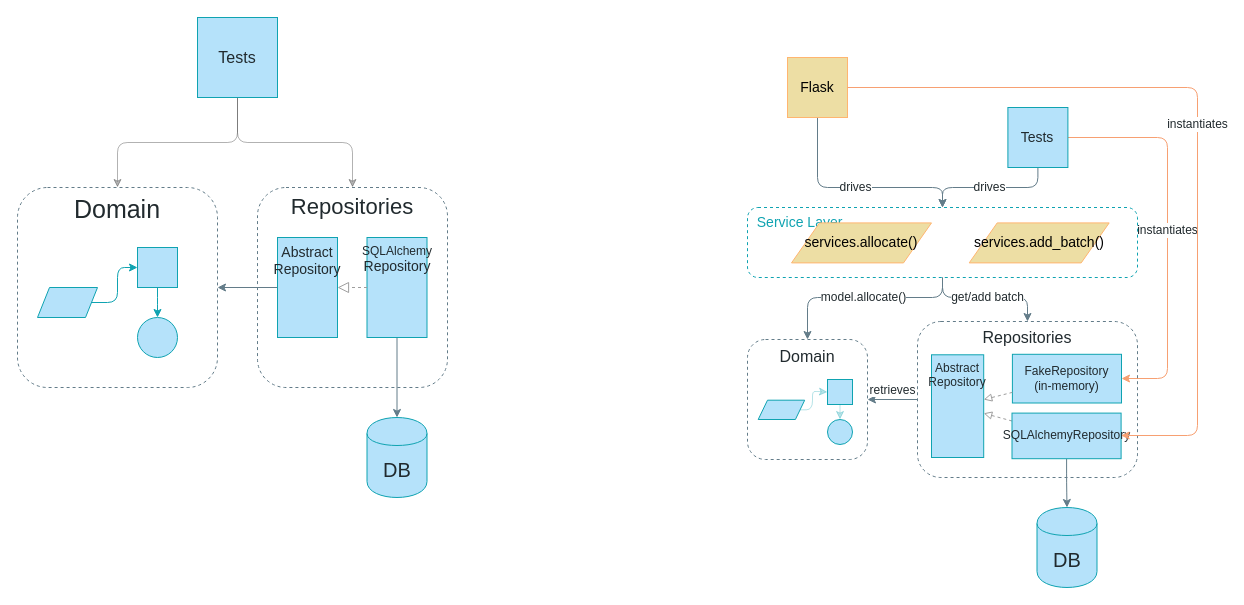
Above: page "Chapter 4" (3 of 11) of maps.drawio in cosmicpython/book (draw.io), before the change. Source tidied: cells renumbered, new cells numbered last; positions are measured from the earlier drawing's top-left corner, leaving out a move shared by most shapes. Both pictures are drawn from the tidied source at 100%, with x=0, y=0 at pixel (17, 17).
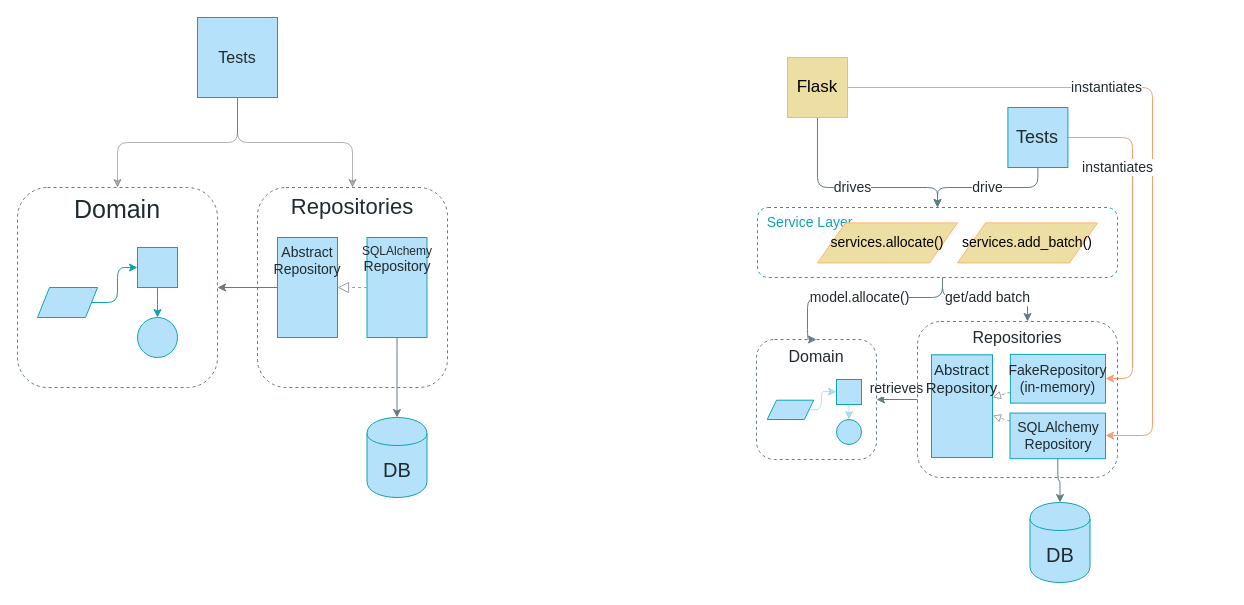
Above is the later version.

Commit message:
tweak fonts on 4.1

Unchanged cells that the change refers to:
```xml
<mxCell id="41" value="&lt;font style=&quot;font-size: 16px&quot;&gt;Domain&lt;br&gt;&lt;/font&gt;" style="rounded=1;whiteSpace=wrap;html=1;fontFamily=Guardian Sans Cond Light;verticalAlign=top;fontSize=18;fontColor=#212A2E;fillColor=none;strokeColor=#637C89;dashed=1;" parent="40" vertex="1">
  <mxGeometry width="120" height="120" as="geometry" />
</mxCell>
```

Change to the diagram source:
```diff
@@
+    <mxCell id="19" value="instantiates" style="edgeStyle=orthogonalEdgeStyle;jettySize=auto;html=1;strokeColor=#F7A072;fillColor=#f5f5f5;fontFamily=Guardian Sans Cond Light;fontSize=14;fontColor=#212A2E;exitX=1;exitY=0.5;exitDx=0;exitDy=0;" parent="1" edge="1" source="8" target="17">
+      <mxGeometry x="-0.26" relative="1" as="geometry">
+        <Array as="points">
+          <mxPoint x="1135" y="70" />
+          <mxPoint x="1135" y="418" />
+        </Array>
+      </mxGeometry>
+    </mxCell>
@@
     <mxCell id="5" value="DB" style="shape=cylinder;whiteSpace=wrap;html=1;boundedLbl=1;backgroundOutline=1;strokeColor=#0FA3B1;fillColor=#B5E2FA;fontSize=20;fontColor=#212A2E;gradientColor=none;fontFamily=Guardian Sans Cond Light;" parent="1" vertex="1">
-      <mxGeometry x="1019.5" y="490" width="60" height="80" as="geometry" />
+      <mxGeometry x="1012.5" y="485" width="60" height="80" as="geometry" />
     </mxCell>
@@
-    <mxCell id="7" value="drives" style="edgeStyle=orthogonalEdgeStyle;jettySize=auto;html=1;strokeColor=#637C89;fillColor=#B5E2FA;fontFamily=Guardian Sans Cond Light;fontSize=12;fontColor=#212A2E;" parent="1" edge="1" source="8" target="22">
+    <mxCell id="7" value="drives" style="edgeStyle=orthogonalEdgeStyle;jettySize=auto;html=1;strokeColor=#637C89;fillColor=#B5E2FA;fontFamily=Guardian Sans Cond Light;fontSize=14;fontColor=#212A2E;" parent="1" edge="1" source="8" target="22">
       <mxGeometry relative="1" as="geometry">
         <Array as="points">
           <mxPoint x="800" y="170" />
-          <mxPoint x="925" y="170" />
+          <mxPoint x="920" y="170" />
         </Array>
       </mxGeometry>
     </mxCell>
-    <mxCell id="8" value="Flask" style="whiteSpace=wrap;html=1;strokeColor=#FFB570;fillColor=#EDDEA4;gradientColor=none;fontFamily=Guardian Sans Cond Light;fontSize=14;fontColor=#000000;" parent="1" vertex="1">
+    <mxCell id="8" value="Flask" style="whiteSpace=wrap;html=1;strokeColor=#FFB570;fillColor=#EDDEA4;gradientColor=none;fontFamily=Guardian Sans Cond Light;fontSize=17;fontColor=#000000;" parent="1" vertex="1">
       <mxGeometry x="770" y="40" width="60" height="60" as="geometry" />
     </mxCell>
-    <mxCell id="9" value="drives" style="edgeStyle=orthogonalEdgeStyle;jettySize=auto;html=1;strokeColor=#637C89;fillColor=#B5E2FA;fontFamily=Guardian Sans Cond Light;fontSize=12;fontColor=#212A2E;exitX=0.5;exitY=1;exitDx=0;exitDy=0;" parent="1" edge="1" source="11" target="22">
-      <mxGeometry relative="1" as="geometry" />
+    <mxCell id="9" value="drive" style="edgeStyle=orthogonalEdgeStyle;jettySize=auto;html=1;strokeColor=#637C89;fillColor=#B5E2FA;fontFamily=Guardian Sans Cond Light;fontSize=14;fontColor=#212A2E;exitX=0.5;exitY=1;exitDx=0;exitDy=0;entryX=0.5;entryY=0;entryDx=0;entryDy=0;" parent="1" edge="1" source="11" target="22">
+      <mxGeometry relative="1" as="geometry">
+        <Array as="points">
+          <mxPoint x="1020" y="170" />
+          <mxPoint x="920" y="170" />
+        </Array>
+      </mxGeometry>
     </mxCell>
-    <mxCell id="10" value="instantiates" style="edgeStyle=orthogonalEdgeStyle;jettySize=auto;html=1;strokeColor=#F7A072;fillColor=#f5f5f5;fontFamily=Guardian Sans Cond Light;fontSize=12;fontColor=#212A2E;exitX=1;exitY=0.5;exitDx=0;exitDy=0;" parent="1" edge="1" source="11" target="15">
-      <mxGeometry relative="1" as="geometry">
+    <mxCell id="10" value="instantiates" style="edgeStyle=orthogonalEdgeStyle;jettySize=auto;html=1;strokeColor=#F7A072;fillColor=#f5f5f5;fontFamily=Guardian Sans Cond Light;fontSize=14;fontColor=#212A2E;exitX=1;exitY=0.5;exitDx=0;exitDy=0;" parent="1" edge="1" source="11" target="15">
+      <mxGeometry x="-0.7" y="-30" relative="1" as="geometry">
         <Array as="points">
-          <mxPoint x="1150" y="120" />
-          <mxPoint x="1150" y="361" />
+          <mxPoint x="1115" y="120" />
+          <mxPoint x="1115" y="361" />
         </Array>
       </mxGeometry>
     </mxCell>
-    <mxCell id="11" value="Tests" style="whiteSpace=wrap;html=1;strokeColor=#0FA3B1;fillColor=#B5E2FA;gradientColor=none;fontFamily=Guardian Sans Cond Light;fontSize=14;fontColor=#212A2E;" parent="1" vertex="1">
+    <mxCell id="11" value="Tests" style="whiteSpace=wrap;html=1;strokeColor=#0FA3B1;fillColor=#B5E2FA;gradientColor=none;fontFamily=Guardian Sans Cond Light;fontSize=18;fontColor=#212A2E;" parent="1" vertex="1">
       <mxGeometry x="990.4" y="90" width="60" height="60" as="geometry" />
     </mxCell>
-    <mxCell id="12" value="retrieves" style="edgeStyle=orthogonalEdgeStyle;jettySize=auto;html=1;strokeColor=#637C89;fillColor=#B5E2FA;fontFamily=Guardian Sans Cond Light;fontSize=12;fontColor=#212A2E;labelPosition=center;verticalLabelPosition=top;align=center;verticalAlign=bottom;" parent="1" edge="1" source="13" target="41">
+    <mxCell id="12" value="retrieves" style="edgeStyle=orthogonalEdgeStyle;jettySize=auto;html=1;strokeColor=#637C89;fillColor=#B5E2FA;fontFamily=Guardian Sans Cond Light;fontSize=14;fontColor=#212A2E;labelPosition=center;verticalLabelPosition=top;align=center;verticalAlign=bottom;" parent="1" edge="1" source="13" target="41">
       <mxGeometry relative="1" as="geometry" />
     </mxCell>
     <mxCell id="13" value="&lt;font style=&quot;font-size: 16px&quot; color=&quot;#212A2E&quot;&gt;Repositories&lt;/font&gt;" style="whiteSpace=wrap;html=1;strokeColor=#637C89;fillColor=none;gradientColor=none;fontFamily=Guardian Sans Cond Light;fontSize=12;fontColor=#000000;verticalAlign=top;rounded=1;dashed=1;" parent="1" vertex="1">
-      <mxGeometry x="900" y="304" width="220" height="156" as="geometry" />
+      <mxGeometry x="900" y="304" width="200" height="156" as="geometry" />
     </mxCell>
-    <mxCell id="14" value="&lt;div&gt;Abstract&lt;/div&gt;&lt;div&gt;Repository&lt;br&gt;&lt;/div&gt;" style="whiteSpace=wrap;html=1;strokeColor=#0FA3B1;fillColor=#B5E2FA;gradientColor=none;fontFamily=Guardian Sans Cond Light;fontSize=12;fontColor=#212A2E;verticalAlign=top;" parent="1" vertex="1">
-      <mxGeometry x="914" y="337.3" width="52.2" height="102.7" as="geometry" />
+    <mxCell id="14" value="&lt;div style=&quot;font-size: 15px;&quot;&gt;Abstract&lt;/div&gt;&lt;div style=&quot;font-size: 15px;&quot;&gt;Repository&lt;br style=&quot;font-size: 15px;&quot;&gt;&lt;/div&gt;" style="whiteSpace=wrap;html=1;strokeColor=#0FA3B1;fillColor=#B5E2FA;gradientColor=none;fontFamily=Guardian Sans Cond Light;fontSize=15;fontColor=#212A2E;verticalAlign=top;" parent="1" vertex="1">
+      <mxGeometry x="914" y="337.3" width="61" height="102.7" as="geometry" />
     </mxCell>
-    <mxCell id="15" value="&lt;div&gt;FakeRepository&lt;/div&gt;&lt;div&gt;(in-memory)&lt;br&gt;&lt;/div&gt;" style="whiteSpace=wrap;html=1;strokeColor=#0FA3B1;fillColor=#B5E2FA;gradientColor=none;fontFamily=Guardian Sans Cond Light;fontSize=12;fontColor=#212A2E;verticalAlign=middle;" parent="1" vertex="1">
-      <mxGeometry x="994.9" y="336.8" width="109.1" height="48.7" as="geometry" />
+    <mxCell id="15" value="&lt;div style=&quot;font-size: 14px;&quot;&gt;FakeRepository&lt;/div&gt;&lt;div style=&quot;font-size: 14px;&quot;&gt;(in-memory)&lt;br style=&quot;font-size: 14px;&quot;&gt;&lt;/div&gt;" style="whiteSpace=wrap;html=1;strokeColor=#0FA3B1;fillColor=#B5E2FA;gradientColor=none;fontFamily=Guardian Sans Cond Light;fontSize=14;fontColor=#212A2E;verticalAlign=middle;" parent="1" vertex="1">
+      <mxGeometry x="992.9" y="336.9" width="95.1" height="48.7" as="geometry" />
     </mxCell>
@@
-    <mxCell id="17" value="&lt;div&gt;SQLAlchemyRepository&lt;br&gt;&lt;/div&gt;" style="whiteSpace=wrap;html=1;strokeColor=#0FA3B1;fillColor=#B5E2FA;gradientColor=none;fontFamily=Guardian Sans Cond Light;fontSize=12;fontColor=#212A2E;verticalAlign=middle;" parent="1" vertex="1">
-      <mxGeometry x="994.5" y="395.6" width="109.1" height="45.6" as="geometry" />
+    <mxCell id="17" value="&lt;div style=&quot;font-size: 14px&quot;&gt;&lt;font style=&quot;font-size: 14px&quot;&gt;SQLAlchemy&lt;br&gt;Repository&lt;/font&gt;&lt;/div&gt;" style="whiteSpace=wrap;html=1;strokeColor=#0FA3B1;fillColor=#B5E2FA;gradientColor=none;fontFamily=Guardian Sans Cond Light;fontSize=13;fontColor=#212A2E;verticalAlign=middle;" parent="1" vertex="1">
+      <mxGeometry x="992.5" y="395.6" width="95.5" height="45.6" as="geometry" />
     </mxCell>
@@
-    <mxCell id="19" value="instantiates" style="edgeStyle=orthogonalEdgeStyle;jettySize=auto;html=1;strokeColor=#F7A072;fillColor=#f5f5f5;fontFamily=Guardian Sans Cond Light;fontSize=12;fontColor=#212A2E;exitX=1;exitY=0.5;exitDx=0;exitDy=0;" parent="1" edge="1" source="8" target="17">
-      <mxGeometry relative="1" as="geometry">
-        <Array as="points">
-          <mxPoint x="1180" y="70" />
-          <mxPoint x="1180" y="418" />
-        </Array>
-      </mxGeometry>
-    </mxCell>
-    <mxCell id="20" value="model.allocate()" style="edgeStyle=orthogonalEdgeStyle;rounded=1;jumpStyle=arc;jettySize=auto;html=1;fontSize=12;entryX=0.5;entryY=0;entryDx=0;entryDy=0;fontFamily=Guardian Sans Cond Light;fontColor=#212A2E;strokeColor=#637C89;fillColor=#B5E2FA;" parent="1" edge="1" source="22" target="41">
+    <mxCell id="20" value="model.allocate()" style="edgeStyle=orthogonalEdgeStyle;rounded=1;jumpStyle=arc;jettySize=auto;html=1;fontSize=14;entryX=0.5;entryY=0;entryDx=0;entryDy=0;fontFamily=Guardian Sans Cond Light;fontColor=#212A2E;strokeColor=#637C89;fillColor=#B5E2FA;" parent="1" edge="1" source="22" target="41">
       <mxGeometry relative="1" as="geometry">
         <Array as="points">
           <mxPoint x="925" y="280" />
           <mxPoint x="790" y="280" />
         </Array>
       </mxGeometry>
     </mxCell>
-    <mxCell id="21" value="get/add batch" style="edgeStyle=orthogonalEdgeStyle;rounded=1;jumpStyle=arc;jettySize=auto;html=1;fontSize=12;fontFamily=Guardian Sans Cond Light;fontColor=#212A2E;strokeColor=#637C89;fillColor=#B5E2FA;" parent="1" edge="1" source="22" target="13">
+    <mxCell id="21" value="get/add batch" style="edgeStyle=orthogonalEdgeStyle;rounded=1;jumpStyle=arc;jettySize=auto;html=1;fontSize=14;fontFamily=Guardian Sans Cond Light;fontColor=#212A2E;strokeColor=#637C89;fillColor=#B5E2FA;" parent="1" edge="1" source="22" target="13">
       <mxGeometry relative="1" as="geometry">
         <Array as="points">
           <mxPoint x="925" y="280" />
           <mxPoint x="1010" y="280" />
         </Array>
       </mxGeometry>
     </mxCell>
     <mxCell id="22" value="&amp;nbsp; Service Layer" style="rounded=1;whiteSpace=wrap;html=1;fontFamily=Guardian Sans Cond Light;verticalAlign=top;fontSize=14;fontColor=#0FA3B1;fillColor=none;strokeColor=#0FA3B1;fontStyle=0;dashed=1;align=left;" parent="1" vertex="1">
-      <mxGeometry x="730" y="190" width="390" height="70" as="geometry" />
+      <mxGeometry x="740" y="190" width="360" height="70" as="geometry" />
     </mxCell>
     <mxCell id="23" value="services.allocate()" style="shape=parallelogram;perimeter=parallelogramPerimeter;whiteSpace=wrap;html=1;fontFamily=Guardian Sans Cond Light;fontSize=14;fontColor=#000000;align=center;strokeColor=#FFB570;fillColor=#EDDEA4;" parent="1" vertex="1">
-      <mxGeometry x="774" y="205.4" width="140" height="40" as="geometry" />
+      <mxGeometry x="800" y="205.4" width="140" height="40" as="geometry" />
     </mxCell>
     <mxCell id="24" value="services.add_batch()" style="shape=parallelogram;perimeter=parallelogramPerimeter;whiteSpace=wrap;html=1;fontFamily=Guardian Sans Cond Light;fontSize=14;fontColor=#000000;align=center;strokeColor=#FFB570;fillColor=#EDDEA4;" parent="1" vertex="1">
-      <mxGeometry x="951.7" y="205.4" width="140" height="40" as="geometry" />
+      <mxGeometry x="940" y="205.4" width="140" height="40" as="geometry" />
     </mxCell>
@@
     <mxCell id="39" style="group;" parent="1" vertex="1">
-      <mxGeometry x="730" y="322" width="120" height="120" as="geometry" />
+      <mxGeometry x="739" y="322" width="120" height="120" as="geometry" />
     </mxCell>
```
